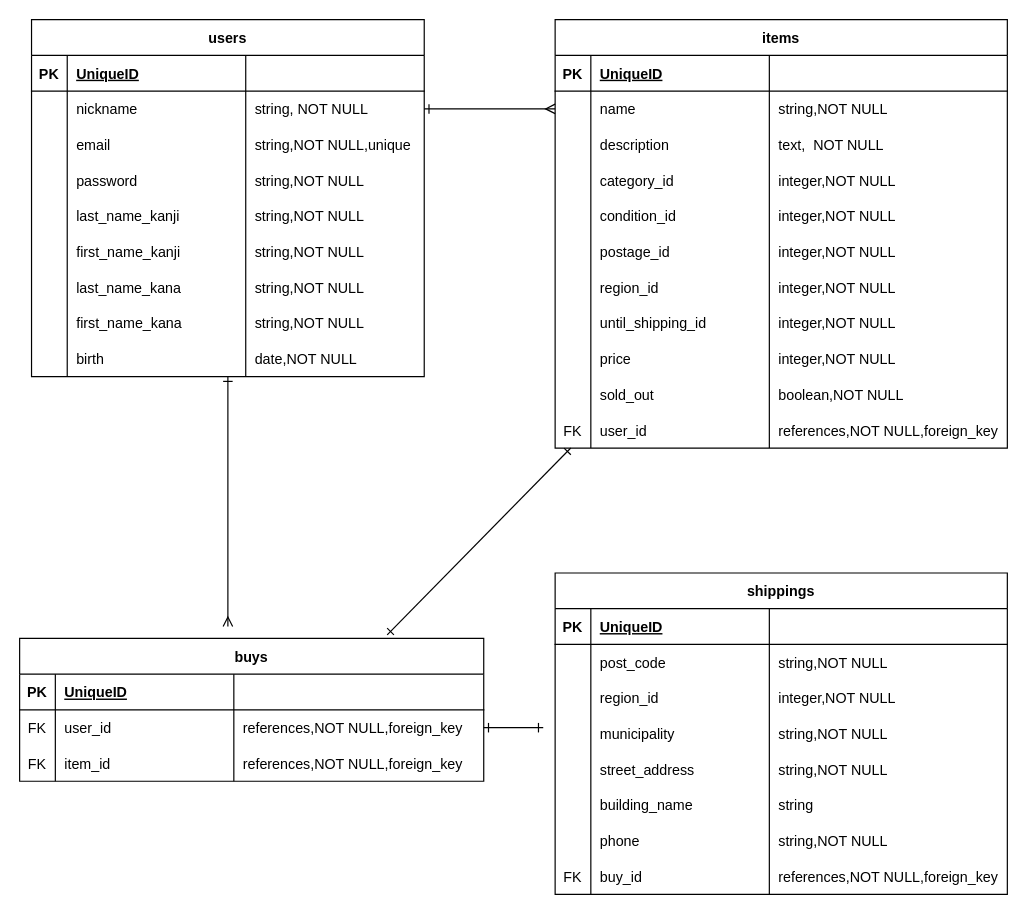
The draw.io diagram ER図.dio in Shun-ST-TechCamp/furima-39524, before the edit. Source tidied: cells renumbered, new cells numbered last; positions are measured from the earlier drawing's top-left corner, leaving out a move shared by most shapes. Both pictures are drawn from the tidied source at 119%, with x=0, y=0 at pixel (19, 19).
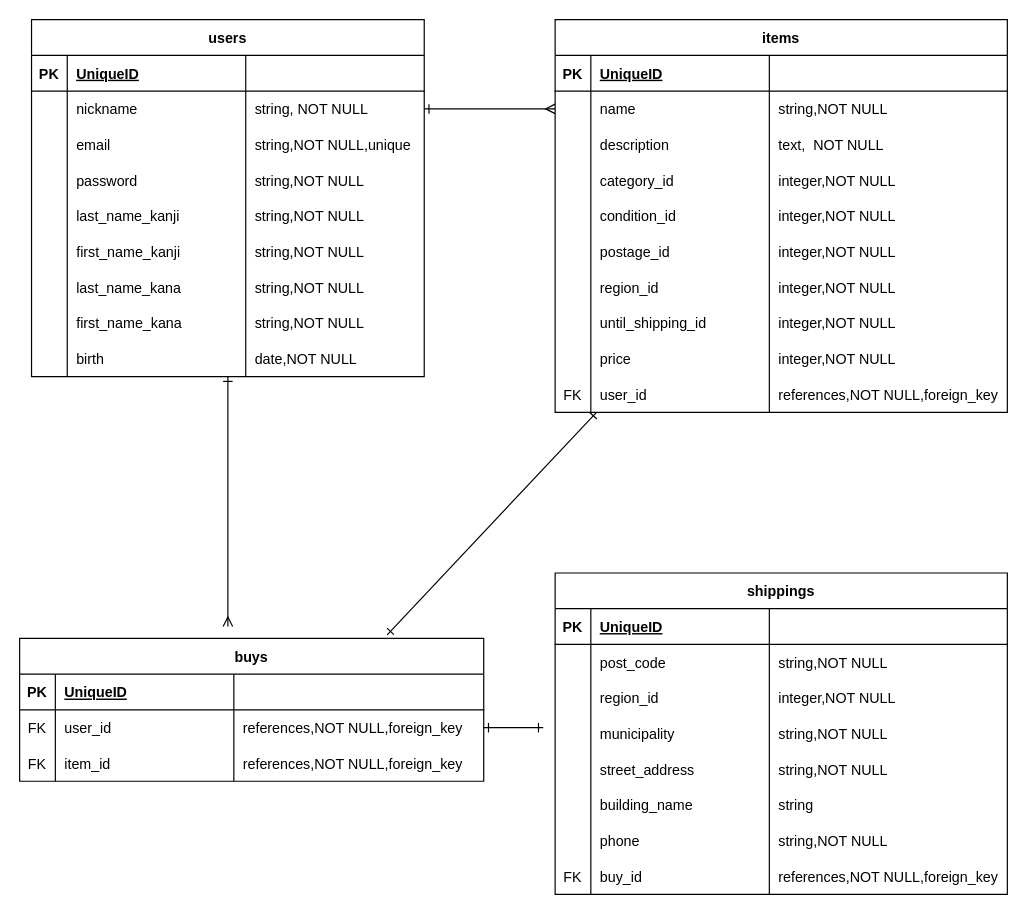
The same diagram, later.

Commit message (it also covers changes not shown here):
レビューによる訂正・itemsテーブルのsold_outカラムの削除

The edit, as a diff of the source:
```diff
@@
     <mxCell id="41" value="items" style="shape=table;startSize=30;childLayout=tableLayout;rowLines=0;fontStyle=1;align=center;" parent="1" vertex="1">
-      <mxGeometry x="450" width="380" height="360" as="geometry" />
+      <mxGeometry x="450" width="380" height="330" as="geometry" />
     </mxCell>
@@
-    <mxCell id="78" style="shape=tableRow;horizontal=0;startSize=0;swimlaneHead=0;swimlaneBody=0;fillColor=none;top=0;left=0;right=0;bottom=0;" parent="41" vertex="1">
-      <mxGeometry y="300" width="380" height="30" as="geometry" />
-    </mxCell>
-    <mxCell id="79" style="shape=partialRectangle;fillColor=none;top=0;left=0;bottom=0;right=0;overflow=hidden;" parent="78" vertex="1">
-      <mxGeometry width="30" height="30" as="geometry" />
-    </mxCell>
-    <mxCell id="80" value="sold_out" style="shape=partialRectangle;fillColor=none;top=0;left=0;bottom=0;right=0;align=left;spacingLeft=6;overflow=hidden;labelBorderColor=none;" parent="78" vertex="1">
-      <mxGeometry x="30" width="150" height="30" as="geometry" />
-    </mxCell>
-    <mxCell id="81" value="boolean,NOT NULL" style="shape=partialRectangle;fillColor=none;top=0;left=0;bottom=0;right=0;align=left;spacingLeft=6;overflow=hidden;labelBorderColor=none;" parent="78" vertex="1">
-      <mxGeometry x="180" width="200" height="30" as="geometry" />
-    </mxCell>
     <mxCell id="82" style="shape=tableRow;horizontal=0;startSize=0;swimlaneHead=0;swimlaneBody=0;fillColor=none;top=0;left=0;right=0;bottom=0;" parent="41" vertex="1">
-      <mxGeometry y="330" width="380" height="30" as="geometry" />
+      <mxGeometry y="300" width="380" height="30" as="geometry" />
     </mxCell>
```
